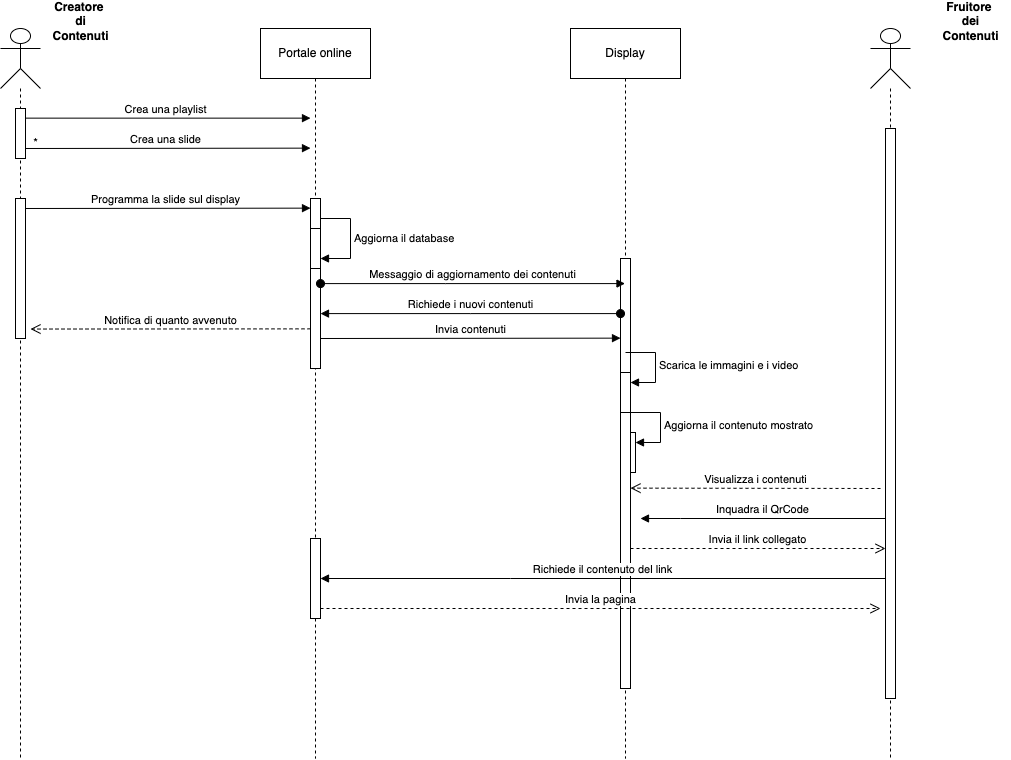
Earlier version of the draw.io export images/Introduzione/diagramma_flusso.png (LorenzoArcidiacono/Relazione). Source tidied: cells renumbered, new cells last; positions are measured from the earlier drawing's top-left corner, leaving out a move shared by most shapes. Its diagram source:
```xml
<mxGraphModel>
  <root>
    <mxCell id="0" />
    <mxCell id="1" parent="0" />
    <mxCell id="2" value="Programma la slide sul display" style="html=1;verticalAlign=bottom;endArrow=block;edgeStyle=elbowEdgeStyle;elbow=vertical;curved=0;rounded=0;" parent="1" edge="1">
      <mxGeometry relative="1" as="geometry">
        <mxPoint x="20" y="200" as="sourcePoint" />
        <mxPoint x="310" y="200" as="targetPoint" />
      </mxGeometry>
    </mxCell>
    <mxCell id="3" style="shape=umlLifeline;perimeter=lifelinePerimeter;whiteSpace=wrap;html=1;newEdgeStyle={&quot;edgeStyle&quot;:&quot;elbowEdgeStyle&quot;,&quot;elbow&quot;:&quot;vertical&quot;,&quot;curved&quot;:0,&quot;rounded&quot;:0};participant=umlActor;size=60;" parent="1" vertex="1">
      <mxGeometry x="870" y="20" width="40" height="730" as="geometry" />
    </mxCell>
    <mxCell id="4" style="html=1;points=[];perimeter=orthogonalPerimeter;outlineConnect=0;targetShapes=umlLifeline;portConstraint=eastwest;newEdgeStyle={&quot;edgeStyle&quot;:&quot;elbowEdgeStyle&quot;,&quot;elbow&quot;:&quot;vertical&quot;,&quot;curved&quot;:0,&quot;rounded&quot;:0};" parent="3" vertex="1">
      <mxGeometry x="15" y="100" width="10" height="570" as="geometry" />
    </mxCell>
    <mxCell id="5" style="shape=umlLifeline;perimeter=lifelinePerimeter;whiteSpace=wrap;html=1;outlineConnect=0;portConstraint=eastwest;newEdgeStyle={&quot;edgeStyle&quot;:&quot;elbowEdgeStyle&quot;,&quot;elbow&quot;:&quot;vertical&quot;,&quot;curved&quot;:0,&quot;rounded&quot;:0};participant=umlActor;size=60;" parent="1" vertex="1">
      <mxGeometry y="20" width="40" height="730" as="geometry" />
    </mxCell>
    <mxCell id="6" style="html=1;perimeter=orthogonalPerimeter;targetShapes=umlLifeline;newEdgeStyle={&quot;edgeStyle&quot;:&quot;elbowEdgeStyle&quot;,&quot;elbow&quot;:&quot;vertical&quot;,&quot;curved&quot;:0,&quot;rounded&quot;:0};" parent="5" vertex="1">
      <mxGeometry x="15" y="170" width="10" height="140" as="geometry" />
    </mxCell>
    <mxCell id="7" value="Creatore&amp;nbsp;&lt;br&gt;di&lt;br&gt;Contenuti" style="text;align=center;fontStyle=1;verticalAlign=middle;spacingLeft=3;spacingRight=3;strokeColor=none;html=1;" parent="1" vertex="1">
      <mxGeometry x="40" width="80" height="26" as="geometry" />
    </mxCell>
    <mxCell id="8" value="Fruitore&amp;nbsp;&lt;br&gt;dei&lt;br&gt;Contenuti" style="text;align=center;fontStyle=1;verticalAlign=middle;spacingLeft=3;spacingRight=3;strokeColor=none;html=1;" parent="1" vertex="1">
      <mxGeometry x="930" width="80" height="26" as="geometry" />
    </mxCell>
    <mxCell id="9" style="group;" parent="1" vertex="1">
      <mxGeometry x="260" y="20" width="110" height="730" as="geometry" />
    </mxCell>
    <mxCell id="10" value=":Object" style="shape=umlLifeline;perimeter=lifelinePerimeter;whiteSpace=wrap;html=1;newEdgeStyle={&quot;edgeStyle&quot;:&quot;elbowEdgeStyle&quot;,&quot;elbow&quot;:&quot;vertical&quot;,&quot;curved&quot;:0,&quot;rounded&quot;:0};size=50;" parent="9" vertex="1">
      <mxGeometry width="110" height="730" as="geometry" />
    </mxCell>
    <mxCell id="11" style="html=1;points=[];perimeter=orthogonalPerimeter;outlineConnect=0;targetShapes=umlLifeline;portConstraint=eastwest;newEdgeStyle={&quot;edgeStyle&quot;:&quot;elbowEdgeStyle&quot;,&quot;elbow&quot;:&quot;vertical&quot;,&quot;curved&quot;:0,&quot;rounded&quot;:0};" parent="10" vertex="1">
      <mxGeometry x="50" y="170" width="10" height="170" as="geometry" />
    </mxCell>
    <mxCell id="12" value="Portale online" style="html=1;whiteSpace=wrap;" parent="9" vertex="1">
      <mxGeometry width="110" height="50" as="geometry" />
    </mxCell>
    <mxCell id="13" style="html=1;points=[];perimeter=orthogonalPerimeter;outlineConnect=0;targetShapes=umlLifeline;portConstraint=eastwest;newEdgeStyle={&quot;edgeStyle&quot;:&quot;elbowEdgeStyle&quot;,&quot;elbow&quot;:&quot;vertical&quot;,&quot;curved&quot;:0,&quot;rounded&quot;:0};" parent="9" vertex="1">
      <mxGeometry x="50" y="200" width="10" height="40" as="geometry" />
    </mxCell>
    <mxCell id="14" value="Invia contenuti" style="html=1;verticalAlign=bottom;endArrow=block;edgeStyle=elbowEdgeStyle;elbow=vertical;curved=0;rounded=0;" parent="9" edge="1">
      <mxGeometry relative="1" as="geometry">
        <mxPoint x="60" y="310" as="sourcePoint" />
        <mxPoint x="360" y="310" as="targetPoint" />
      </mxGeometry>
    </mxCell>
    <mxCell id="15" style="html=1;perimeter=orthogonalPerimeter;targetShapes=umlLifeline;newEdgeStyle={&quot;edgeStyle&quot;:&quot;elbowEdgeStyle&quot;,&quot;elbow&quot;:&quot;vertical&quot;,&quot;curved&quot;:0,&quot;rounded&quot;:0};" parent="9" vertex="1">
      <mxGeometry x="50" y="510" width="10" height="80" as="geometry" />
    </mxCell>
    <mxCell id="16" value="Notifica di quanto avvenuto" style="html=1;verticalAlign=bottom;endArrow=open;dashed=1;endSize=8;edgeStyle=elbowEdgeStyle;elbow=vertical;curved=0;rounded=0;" parent="9" edge="1">
      <mxGeometry relative="1" as="geometry">
        <mxPoint x="50" y="300.4" as="sourcePoint" />
        <mxPoint x="-230" y="301" as="targetPoint" />
      </mxGeometry>
    </mxCell>
    <mxCell id="17" style="group;" parent="1" vertex="1">
      <mxGeometry x="570" y="20" width="110" height="730" as="geometry" />
    </mxCell>
    <mxCell id="18" value=":Object" style="shape=umlLifeline;perimeter=lifelinePerimeter;whiteSpace=wrap;html=1;outlineConnect=0;portConstraint=eastwest;newEdgeStyle={&quot;edgeStyle&quot;:&quot;elbowEdgeStyle&quot;,&quot;elbow&quot;:&quot;vertical&quot;,&quot;curved&quot;:0,&quot;rounded&quot;:0};size=50;" parent="17" vertex="1">
      <mxGeometry width="110" height="730" as="geometry" />
    </mxCell>
    <mxCell id="19" value="Aggiorna il contenuto mostrato" style="html=1;align=left;spacingLeft=2;endArrow=block;rounded=0;edgeStyle=orthogonalEdgeStyle;curved=0;rounded=0;" parent="18" edge="1" target="20">
      <mxGeometry relative="1" as="geometry">
        <mxPoint x="60" y="384" as="sourcePoint" />
        <Array as="points">
          <mxPoint x="90" y="414" />
        </Array>
      </mxGeometry>
    </mxCell>
    <mxCell id="20" style="html=1;points=[];perimeter=orthogonalPerimeter;outlineConnect=0;targetShapes=umlLifeline;portConstraint=eastwest;newEdgeStyle={&quot;edgeStyle&quot;:&quot;elbowEdgeStyle&quot;,&quot;elbow&quot;:&quot;vertical&quot;,&quot;curved&quot;:0,&quot;rounded&quot;:0};" parent="18" vertex="1">
      <mxGeometry x="55" y="404" width="10" height="40" as="geometry" />
    </mxCell>
    <mxCell id="21" style="html=1;points=[];perimeter=orthogonalPerimeter;outlineConnect=0;targetShapes=umlLifeline;portConstraint=eastwest;newEdgeStyle={&quot;edgeStyle&quot;:&quot;elbowEdgeStyle&quot;,&quot;elbow&quot;:&quot;vertical&quot;,&quot;curved&quot;:0,&quot;rounded&quot;:0};" parent="17" vertex="1">
      <mxGeometry x="50" y="230" width="10" height="430" as="geometry" />
    </mxCell>
    <mxCell id="22" value="Display" style="html=1;whiteSpace=wrap;" parent="17" vertex="1">
      <mxGeometry width="110" height="50" as="geometry" />
    </mxCell>
    <mxCell id="23" style="html=1;points=[];perimeter=orthogonalPerimeter;outlineConnect=0;targetShapes=umlLifeline;portConstraint=eastwest;newEdgeStyle={&quot;edgeStyle&quot;:&quot;elbowEdgeStyle&quot;,&quot;elbow&quot;:&quot;vertical&quot;,&quot;curved&quot;:0,&quot;rounded&quot;:0};" parent="17" vertex="1">
      <mxGeometry x="50" y="344" width="10" height="40" as="geometry" />
    </mxCell>
    <mxCell id="24" value="Scarica le immagini e i video" style="html=1;align=left;spacingLeft=2;endArrow=block;rounded=0;edgeStyle=orthogonalEdgeStyle;curved=0;rounded=0;" parent="17" edge="1" target="23">
      <mxGeometry relative="1" as="geometry">
        <mxPoint x="55" y="324" as="sourcePoint" />
        <Array as="points">
          <mxPoint x="85" y="354" />
        </Array>
      </mxGeometry>
    </mxCell>
    <mxCell id="25" value="Crea una playlist" style="html=1;verticalAlign=bottom;endArrow=block;edgeStyle=elbowEdgeStyle;elbow=vertical;curved=0;rounded=0;" parent="1" edge="1" source="5">
      <mxGeometry relative="1" as="geometry">
        <mxPoint x="310" y="110" as="targetPoint" />
      </mxGeometry>
    </mxCell>
    <mxCell id="26" value="Crea una slide" style="html=1;verticalAlign=bottom;endArrow=block;edgeStyle=elbowEdgeStyle;elbow=vertical;curved=0;rounded=0;" parent="1" edge="1">
      <mxGeometry relative="1" as="geometry">
        <mxPoint x="20" y="140" as="sourcePoint" />
        <mxPoint x="310" y="140" as="targetPoint" />
      </mxGeometry>
    </mxCell>
    <mxCell id="27" value="*" style="text;html=1;align=center;verticalAlign=middle;strokeColor=none;fillColor=none;" parent="1" vertex="1">
      <mxGeometry x="20" y="120" width="30" height="30" as="geometry" />
    </mxCell>
    <mxCell id="28" style="html=1;perimeter=orthogonalPerimeter;targetShapes=umlLifeline;newEdgeStyle={&quot;edgeStyle&quot;:&quot;elbowEdgeStyle&quot;,&quot;elbow&quot;:&quot;vertical&quot;,&quot;curved&quot;:0,&quot;rounded&quot;:0};" parent="1" vertex="1">
      <mxGeometry x="15" y="100" width="10" height="50" as="geometry" />
    </mxCell>
    <mxCell id="29" value="Aggiorna il database" style="html=1;align=left;spacingLeft=2;endArrow=block;rounded=0;edgeStyle=orthogonalEdgeStyle;curved=0;rounded=0;" parent="1" edge="1" target="13">
      <mxGeometry relative="1" as="geometry">
        <mxPoint x="320" y="210" as="sourcePoint" />
        <Array as="points">
          <mxPoint x="350" y="210" />
          <mxPoint x="350" y="250" />
        </Array>
      </mxGeometry>
    </mxCell>
    <mxCell id="30" value="Messaggio di aggiornamento dei contenuti" style="html=1;verticalAlign=bottom;startArrow=oval;endArrow=block;startSize=8;edgeStyle=elbowEdgeStyle;elbow=vertical;curved=0;rounded=0;" parent="1" edge="1" source="11" target="18">
      <mxGeometry relative="1" as="geometry" />
    </mxCell>
    <mxCell id="31" value="Richiede i nuovi contenuti" style="html=1;verticalAlign=bottom;startArrow=oval;endArrow=block;startSize=8;edgeStyle=elbowEdgeStyle;elbow=vertical;curved=0;rounded=0;" parent="1" edge="1" source="21" target="11">
      <mxGeometry relative="1" as="geometry" />
    </mxCell>
    <mxCell id="32" value="Visualizza i contenuti" style="html=1;verticalAlign=bottom;endArrow=open;dashed=1;endSize=8;edgeStyle=elbowEdgeStyle;elbow=vertical;curved=0;rounded=0;" parent="1" edge="1">
      <mxGeometry relative="1" as="geometry">
        <mxPoint x="880" y="480" as="sourcePoint" />
        <mxPoint x="630" y="480" as="targetPoint" />
      </mxGeometry>
    </mxCell>
    <mxCell id="33" value="Inquadra il QrCode" style="html=1;verticalAlign=bottom;endArrow=block;edgeStyle=elbowEdgeStyle;elbow=vertical;curved=0;rounded=0;" parent="1" edge="1" source="4">
      <mxGeometry relative="1" as="geometry">
        <mxPoint x="640" y="510" as="targetPoint" />
        <Array as="points">
          <mxPoint x="680" y="510" />
          <mxPoint x="810" y="500" />
          <mxPoint x="660" y="500" />
        </Array>
      </mxGeometry>
    </mxCell>
    <mxCell id="34" value="Invia il link collegato" style="html=1;verticalAlign=bottom;endArrow=open;dashed=1;endSize=8;edgeStyle=elbowEdgeStyle;elbow=vertical;curved=0;rounded=0;" parent="1" edge="1" source="21" target="4">
      <mxGeometry relative="1" as="geometry">
        <Array as="points">
          <mxPoint x="670" y="540" />
          <mxPoint x="820" y="530" />
        </Array>
      </mxGeometry>
    </mxCell>
    <mxCell id="35" value="Richiede il contenuto del link" style="html=1;verticalAlign=bottom;endArrow=block;edgeStyle=elbowEdgeStyle;elbow=vertical;curved=0;rounded=0;" parent="1" edge="1" source="4">
      <mxGeometry relative="1" as="geometry">
        <mxPoint x="320" y="570" as="targetPoint" />
        <Array as="points">
          <mxPoint x="510" y="570" />
          <mxPoint x="540" y="550" />
        </Array>
      </mxGeometry>
    </mxCell>
    <mxCell id="36" value="Invia la pagina" style="html=1;verticalAlign=bottom;endArrow=open;dashed=1;endSize=8;edgeStyle=elbowEdgeStyle;elbow=vertical;curved=0;rounded=0;" parent="1" edge="1">
      <mxGeometry relative="1" as="geometry">
        <mxPoint x="320" y="600" as="sourcePoint" />
        <mxPoint x="880" y="600" as="targetPoint" />
        <Array as="points">
          <mxPoint x="720" y="600" />
        </Array>
      </mxGeometry>
    </mxCell>
  </root>
</mxGraphModel>
```
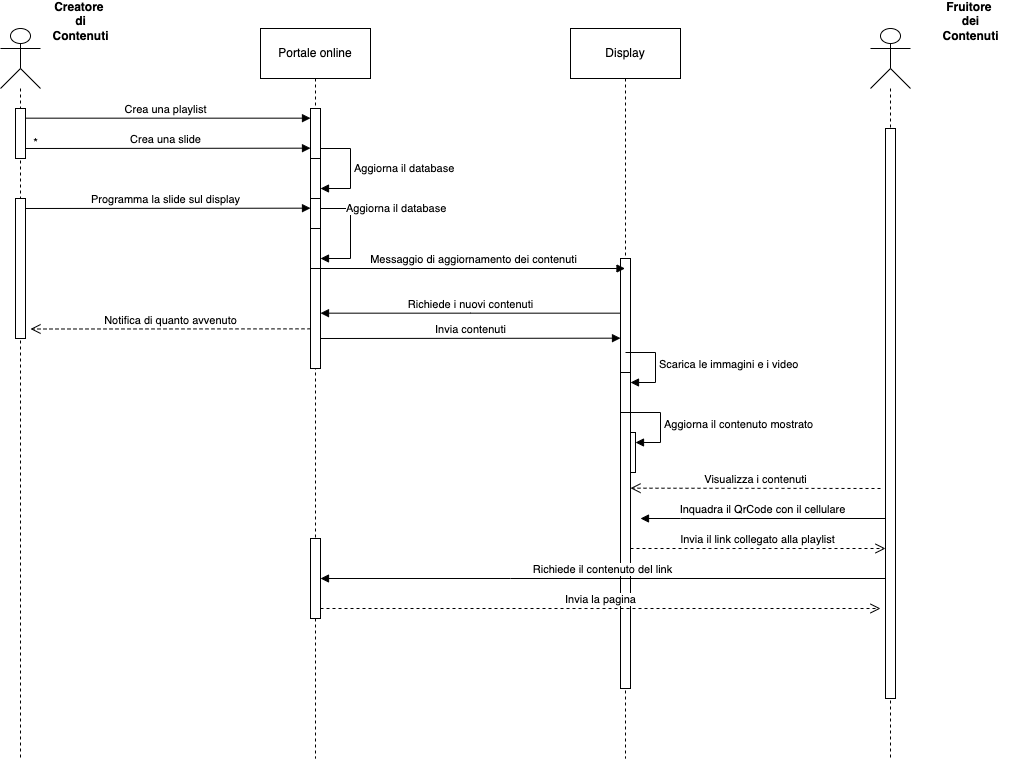
The same file after the commit.

Change to the diagram source:
```diff
@@ -33,8 +33,20 @@
       <mxGeometry width="110" height="730" as="geometry" />
     </mxCell>
     <mxCell id="11" style="html=1;points=[];perimeter=orthogonalPerimeter;outlineConnect=0;targetShapes=umlLifeline;portConstraint=eastwest;newEdgeStyle={&quot;edgeStyle&quot;:&quot;elbowEdgeStyle&quot;,&quot;elbow&quot;:&quot;vertical&quot;,&quot;curved&quot;:0,&quot;rounded&quot;:0};" parent="10" vertex="1">
-      <mxGeometry x="50" y="170" width="10" height="170" as="geometry" />
+      <mxGeometry x="50" y="80" width="10" height="260" as="geometry" />
     </mxCell>
+    <mxCell id="37" style="html=1;points=[];perimeter=orthogonalPerimeter;outlineConnect=0;targetShapes=umlLifeline;portConstraint=eastwest;newEdgeStyle={&quot;edgeStyle&quot;:&quot;elbowEdgeStyle&quot;,&quot;elbow&quot;:&quot;vertical&quot;,&quot;curved&quot;:0,&quot;rounded&quot;:0};" parent="10" vertex="1">
+      <mxGeometry x="50" y="130" width="10" height="40" as="geometry" />
+    </mxCell>
+    <mxCell id="38" value="Aggiorna il database" style="html=1;align=left;spacingLeft=2;endArrow=block;rounded=0;edgeStyle=orthogonalEdgeStyle;curved=0;rounded=0;" parent="10" edge="1" target="37">
+      <mxGeometry relative="1" as="geometry">
+        <mxPoint x="60" y="120" as="sourcePoint" />
+        <Array as="points">
+          <mxPoint x="90" y="120" />
+          <mxPoint x="90" y="160" />
+        </Array>
+      </mxGeometry>
+    </mxCell>
     <mxCell id="12" value="Portale online" style="html=1;whiteSpace=wrap;" parent="9" vertex="1">
       <mxGeometry width="110" height="50" as="geometry" />
     </mxCell>
@@ -56,6 +68,14 @@
         <mxPoint x="-230" y="301" as="targetPoint" />
       </mxGeometry>
     </mxCell>
+    <mxCell id="29" value="Aggiorna il database" style="html=1;align=left;spacingLeft=2;endArrow=block;rounded=0;edgeStyle=orthogonalEdgeStyle;curved=0;rounded=0;" parent="9" edge="1" source="11" target="13">
+      <mxGeometry x="-0.6" relative="1" as="geometry">
+        <Array as="points">
+          <mxPoint x="90" y="180" />
+          <mxPoint x="90" y="230" />
+        </Array>
+      </mxGeometry>
+    </mxCell>
     <mxCell id="17" style="group;" parent="1" vertex="1">
       <mxGeometry x="570" y="20" width="110" height="730" as="geometry" />
     </mxCell>
@@ -107,19 +127,14 @@
     <mxCell id="28" style="html=1;perimeter=orthogonalPerimeter;targetShapes=umlLifeline;newEdgeStyle={&quot;edgeStyle&quot;:&quot;elbowEdgeStyle&quot;,&quot;elbow&quot;:&quot;vertical&quot;,&quot;curved&quot;:0,&quot;rounded&quot;:0};" parent="1" vertex="1">
       <mxGeometry x="15" y="100" width="10" height="50" as="geometry" />
     </mxCell>
-    <mxCell id="29" value="Aggiorna il database" style="html=1;align=left;spacingLeft=2;endArrow=block;rounded=0;edgeStyle=orthogonalEdgeStyle;curved=0;rounded=0;" parent="1" edge="1" target="13">
-      <mxGeometry relative="1" as="geometry">
-        <mxPoint x="320" y="210" as="sourcePoint" />
-        <Array as="points">
-          <mxPoint x="350" y="210" />
-          <mxPoint x="350" y="250" />
-        </Array>
-      </mxGeometry>
-    </mxCell>
-    <mxCell id="30" value="Messaggio di aggiornamento dei contenuti" style="html=1;verticalAlign=bottom;startArrow=oval;endArrow=block;startSize=8;edgeStyle=elbowEdgeStyle;elbow=vertical;curved=0;rounded=0;" parent="1" edge="1" source="11" target="18">
-      <mxGeometry relative="1" as="geometry" />
+    <mxCell id="30" value="Messaggio di aggiornamento dei contenuti" style="html=1;verticalAlign=bottom;endArrow=block;startSize=8;edgeStyle=elbowEdgeStyle;elbow=vertical;curved=0;rounded=0;" parent="1" edge="1" source="11" target="18">
+      <mxGeometry relative="1" as="geometry">
+        <Array as="points">
+          <mxPoint x="410" y="260" />
+        </Array>
+      </mxGeometry>
     </mxCell>
-    <mxCell id="31" value="Richiede i nuovi contenuti" style="html=1;verticalAlign=bottom;startArrow=oval;endArrow=block;startSize=8;edgeStyle=elbowEdgeStyle;elbow=vertical;curved=0;rounded=0;" parent="1" edge="1" source="21" target="11">
+    <mxCell id="31" value="Richiede i nuovi contenuti" style="html=1;verticalAlign=bottom;endArrow=block;startSize=8;edgeStyle=elbowEdgeStyle;elbow=vertical;curved=0;rounded=0;" parent="1" edge="1" source="21" target="11">
       <mxGeometry relative="1" as="geometry" />
     </mxCell>
     <mxCell id="32" value="Visualizza i contenuti" style="html=1;verticalAlign=bottom;endArrow=open;dashed=1;endSize=8;edgeStyle=elbowEdgeStyle;elbow=vertical;curved=0;rounded=0;" parent="1" edge="1">
@@ -128,7 +143,7 @@
         <mxPoint x="630" y="480" as="targetPoint" />
       </mxGeometry>
     </mxCell>
-    <mxCell id="33" value="Inquadra il QrCode" style="html=1;verticalAlign=bottom;endArrow=block;edgeStyle=elbowEdgeStyle;elbow=vertical;curved=0;rounded=0;" parent="1" edge="1" source="4">
+    <mxCell id="33" value="Inquadra il QrCode con il cellulare" style="html=1;verticalAlign=bottom;endArrow=block;edgeStyle=elbowEdgeStyle;elbow=vertical;curved=0;rounded=0;" parent="1" edge="1" source="4">
       <mxGeometry relative="1" as="geometry">
         <mxPoint x="640" y="510" as="targetPoint" />
         <Array as="points">
@@ -138,7 +153,7 @@
         </Array>
       </mxGeometry>
     </mxCell>
-    <mxCell id="34" value="Invia il link collegato" style="html=1;verticalAlign=bottom;endArrow=open;dashed=1;endSize=8;edgeStyle=elbowEdgeStyle;elbow=vertical;curved=0;rounded=0;" parent="1" edge="1" source="21" target="4">
+    <mxCell id="34" value="Invia il link collegato alla playlist" style="html=1;verticalAlign=bottom;endArrow=open;dashed=1;endSize=8;edgeStyle=elbowEdgeStyle;elbow=vertical;curved=0;rounded=0;" parent="1" edge="1" source="21" target="4">
       <mxGeometry relative="1" as="geometry">
         <Array as="points">
           <mxPoint x="670" y="540" />
```
